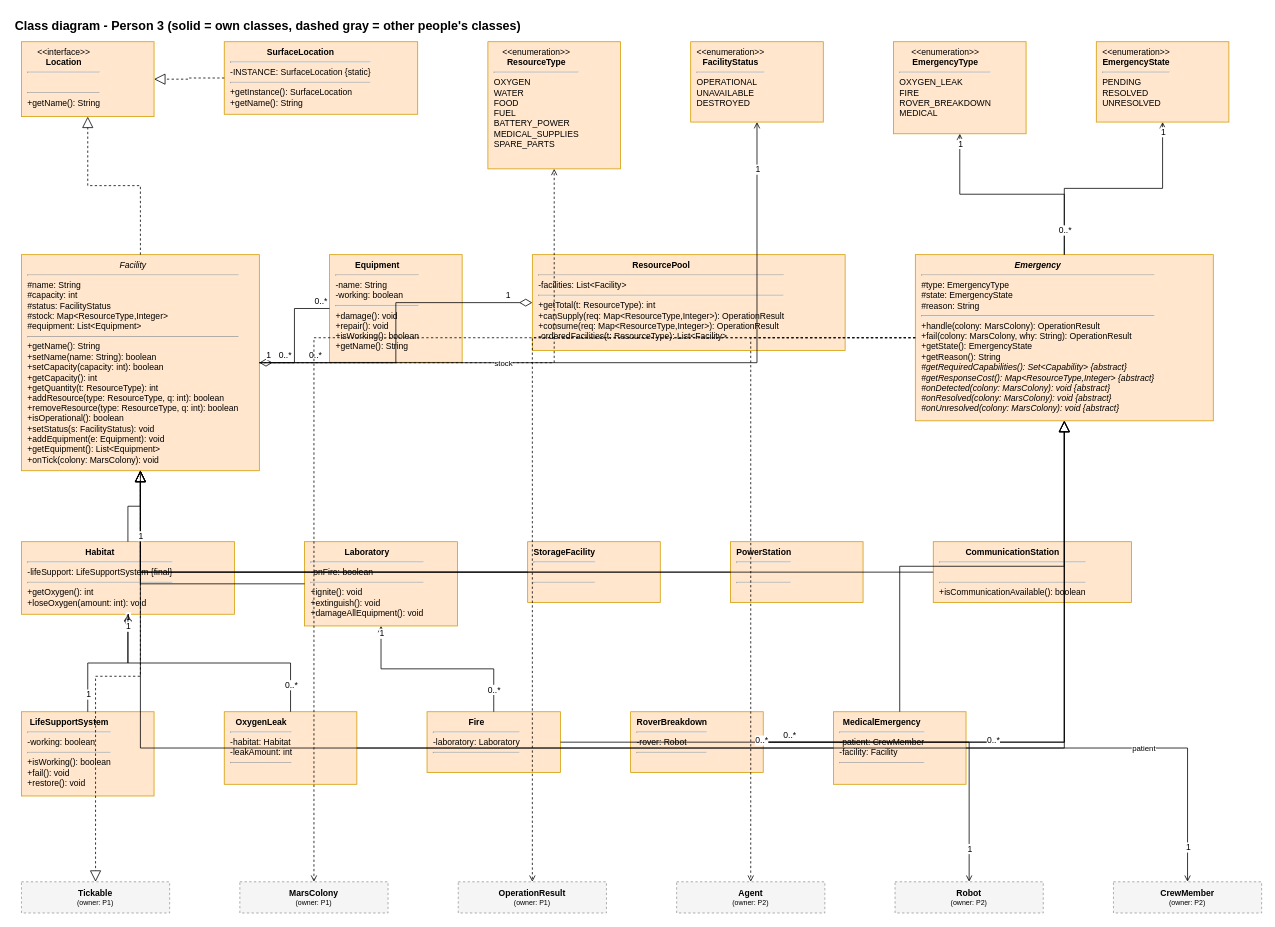
Above: docs/UML/03-class-p3-facilities-emergencies.drawio in YassinAwad66/MARS-OPS (draw.io), before the change. Source tidied: cells renumbered, new cells numbered last; positions are measured from the earlier drawing's top-left corner, leaving out a move shared by most shapes. Both pictures are drawn from the tidied source at 78%, with x=0, y=0 at pixel (13, 13).
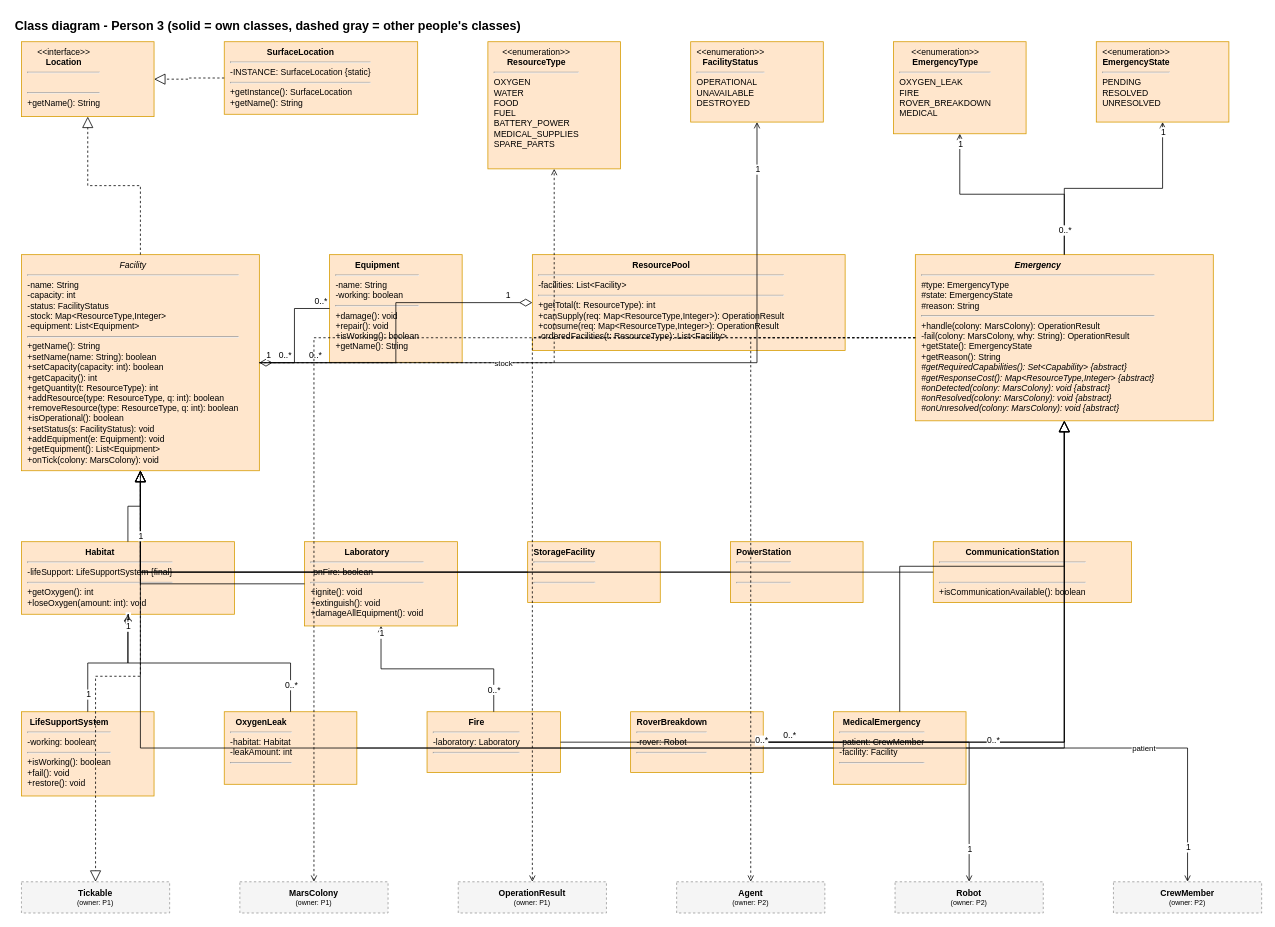
Above is the later version.

The edit, as a diff of the source:
```diff
@@
-    <mxCell id="9" value="&lt;div style=&quot;text-align:center&quot;&gt;&lt;i style=&quot;&quot;&gt;Facility&lt;/i&gt;&lt;/div&gt;&lt;hr&gt;#name: String&lt;br&gt;#capacity: int&lt;br&gt;#status: FacilityStatus&lt;br&gt;#stock: Map&amp;lt;ResourceType,Integer&amp;gt;&lt;br&gt;#equipment: List&amp;lt;Equipment&amp;gt;&lt;hr&gt;+getName(): String&lt;div&gt;&lt;div style=&quot;color: rgb(0, 0, 0);&quot;&gt;+setName(name: String): boolean&lt;/div&gt;&lt;div style=&quot;color: rgb(0, 0, 0);&quot;&gt;+setCapacity(capacity: int): boolean&lt;/div&gt;&lt;div style=&quot;color: rgb(0, 0, 0);&quot;&gt;+getCapacity(): int&lt;/div&gt;&lt;span style=&quot;color: rgb(0, 0, 0);&quot;&gt;+getQuantity(t: ResourceType): int&lt;br&gt;+addResource(type: ResourceType, q: int): boolean&lt;br&gt;+removeResource(type: ResourceType, q: int): boolean&lt;br&gt;+isOperational(): boolean&lt;br&gt;+setStatus(s: FacilityStatus): void&lt;br&gt;+addEquipment(e: Equipment): void&lt;br&gt;+getEquipment(): List&amp;lt;Equipment&amp;gt;&lt;br&gt;+onTick(colony: MarsColony): void&lt;/span&gt;&lt;/div&gt;" style="rounded=0;whiteSpace=wrap;html=1;align=left;verticalAlign=top;spacingLeft=6;spacingRight=4;fontSize=11;fillColor=#ffe6cc;strokeColor=#d79b00;" parent="1" vertex="1">
+    <mxCell id="9" value="&lt;div style=&quot;text-align:center&quot;&gt;&lt;i style=&quot;&quot;&gt;Facility&lt;/i&gt;&lt;/div&gt;&lt;hr&gt;-name: String&lt;br&gt;-capacity: int&lt;br&gt;-status: FacilityStatus&lt;br&gt;-stock: Map&amp;lt;ResourceType,Integer&amp;gt;&lt;br&gt;-equipment: List&amp;lt;Equipment&amp;gt;&lt;hr&gt;+getName(): String&lt;div&gt;&lt;div style=&quot;color: rgb(0, 0, 0);&quot;&gt;+setName(name: String): boolean&lt;/div&gt;&lt;div style=&quot;color: rgb(0, 0, 0);&quot;&gt;+setCapacity(capacity: int): boolean&lt;/div&gt;&lt;div style=&quot;color: rgb(0, 0, 0);&quot;&gt;+getCapacity(): int&lt;/div&gt;&lt;span style=&quot;color: rgb(0, 0, 0);&quot;&gt;+getQuantity(t: ResourceType): int&lt;br&gt;+addResource(type: ResourceType, q: int): boolean&lt;br&gt;+removeResource(type: ResourceType, q: int): boolean&lt;br&gt;+isOperational(): boolean&lt;br&gt;+setStatus(s: FacilityStatus): void&lt;br&gt;+addEquipment(e: Equipment): void&lt;br&gt;+getEquipment(): List&amp;lt;Equipment&amp;gt;&lt;br&gt;+onTick(colony: MarsColony): void&lt;/span&gt;&lt;/div&gt;" style="rounded=0;whiteSpace=wrap;html=1;align=left;verticalAlign=top;spacingLeft=6;spacingRight=4;fontSize=11;fillColor=#ffe6cc;strokeColor=#d79b00;" parent="1" vertex="1">
       <mxGeometry x="10" y="309" width="305" height="277" as="geometry" />
     </mxCell>
@@
-    <mxCell id="12" value="&lt;div style=&quot;text-align:center&quot;&gt;&lt;b&gt;&lt;i&gt;Emergency&lt;/i&gt;&lt;/b&gt;&lt;/div&gt;&lt;hr&gt;#type: EmergencyType&lt;br&gt;#state: EmergencyState&lt;br&gt;#reason: String&lt;hr&gt;+handle(colony: MarsColony): OperationResult&lt;div&gt;&lt;font color=&quot;#000000&quot;&gt;+fail(&lt;/font&gt;&lt;span style=&quot;color: rgb(0, 0, 0);&quot;&gt;colony: MarsColony, why: String):&amp;nbsp;&lt;/span&gt;&lt;span style=&quot;color: rgb(0, 0, 0);&quot;&gt;OperationResult&lt;/span&gt;&lt;font color=&quot;#000000&quot;&gt;&lt;br&gt;&lt;/font&gt;&lt;span style=&quot;color: rgb(0, 0, 0);&quot;&gt;+getState(): EmergencyState&lt;br&gt;+getReason(): String&lt;br&gt;&lt;i&gt;#getRequiredCapabilities(): Set&amp;lt;Capability&amp;gt; {abstract}&lt;/i&gt;&lt;br&gt;&lt;i&gt;#getResponseCost(): Map&amp;lt;ResourceType,Integer&amp;gt; {abstract}&lt;/i&gt;&lt;br&gt;&lt;i&gt;#onDetected(colony: MarsColony): void {abstract}&lt;/i&gt;&lt;br&gt;&lt;i&gt;#onResolved(colony: MarsColony): void {abstract}&lt;/i&gt;&lt;br&gt;&lt;i&gt;#onUnresolved(colony: MarsColony): void {abstract}&lt;/i&gt;&lt;/span&gt;&lt;/div&gt;" style="rounded=0;whiteSpace=wrap;html=1;align=left;verticalAlign=top;spacingLeft=6;spacingRight=4;fontSize=11;fillColor=#ffe6cc;strokeColor=#d79b00;" parent="1" vertex="1">
+    <mxCell id="12" value="&lt;div style=&quot;text-align:center&quot;&gt;&lt;b&gt;&lt;i&gt;Emergency&lt;/i&gt;&lt;/b&gt;&lt;/div&gt;&lt;hr&gt;#type: EmergencyType&lt;br&gt;#state: EmergencyState&lt;br&gt;#reason: String&lt;hr&gt;+handle(colony: MarsColony): OperationResult&lt;div&gt;&lt;font color=&quot;#000000&quot;&gt;-fail(&lt;/font&gt;&lt;span style=&quot;color: rgb(0, 0, 0);&quot;&gt;colony: MarsColony, why: String):&amp;nbsp;&lt;/span&gt;&lt;span style=&quot;color: rgb(0, 0, 0);&quot;&gt;OperationResult&lt;/span&gt;&lt;font color=&quot;#000000&quot;&gt;&lt;br&gt;&lt;/font&gt;&lt;span style=&quot;color: rgb(0, 0, 0);&quot;&gt;+getState(): EmergencyState&lt;br&gt;+getReason(): String&lt;br&gt;&lt;i&gt;#getRequiredCapabilities(): Set&amp;lt;Capability&amp;gt; {abstract}&lt;/i&gt;&lt;br&gt;&lt;i&gt;#getResponseCost(): Map&amp;lt;ResourceType,Integer&amp;gt; {abstract}&lt;/i&gt;&lt;br&gt;&lt;i&gt;#onDetected(colony: MarsColony): void {abstract}&lt;/i&gt;&lt;br&gt;&lt;i&gt;#onResolved(colony: MarsColony): void {abstract}&lt;/i&gt;&lt;br&gt;&lt;i&gt;#onUnresolved(colony: MarsColony): void {abstract}&lt;/i&gt;&lt;/span&gt;&lt;/div&gt;" style="rounded=0;whiteSpace=wrap;html=1;align=left;verticalAlign=top;spacingLeft=6;spacingRight=4;fontSize=11;fillColor=#ffe6cc;strokeColor=#d79b00;" parent="1" vertex="1">
       <mxGeometry x="1156" y="309" width="382" height="213" as="geometry" />
     </mxCell>
```
